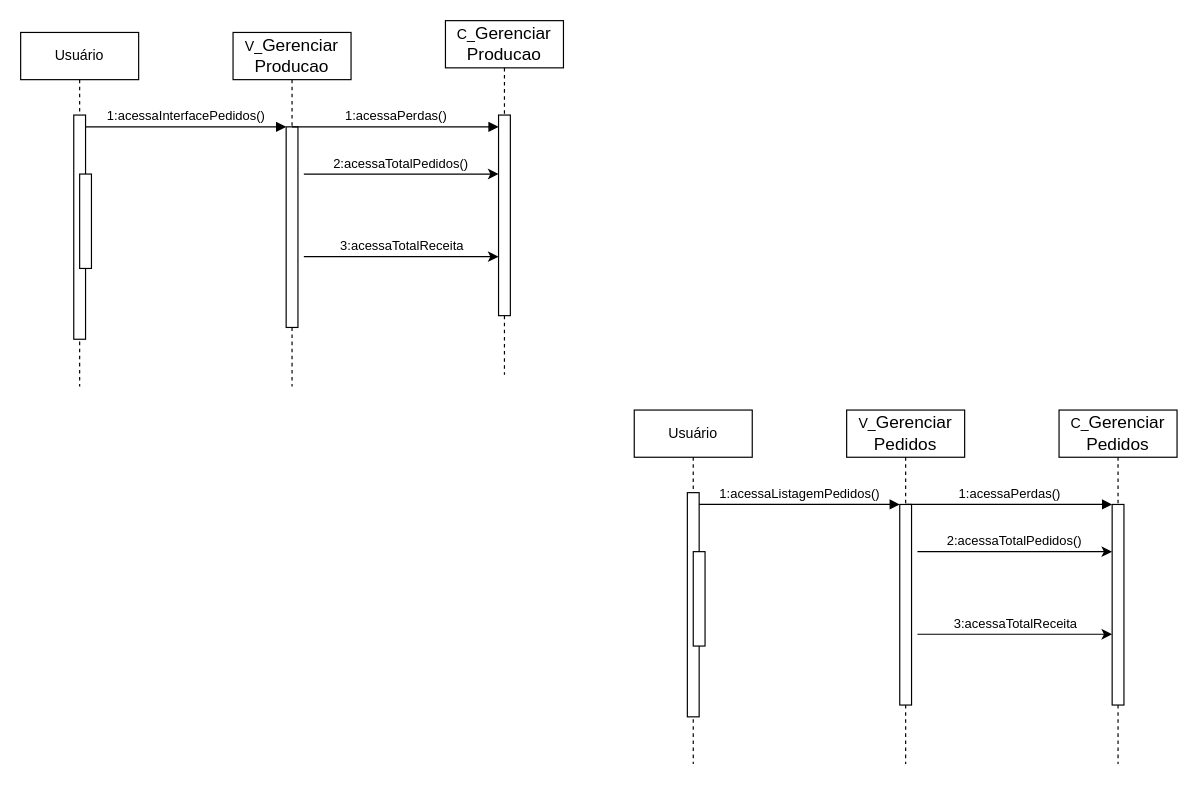
Above: src/Diagrama sem nome.drawio in anthonphax/rocks (draw.io), before the change. Source tidied: cells renumbered, new cells numbered last; positions are measured from the earlier drawing's top-left corner, leaving out a move shared by most shapes. Both pictures are drawn from the tidied source at 118%, with x=0, y=0 at pixel (20, 20).
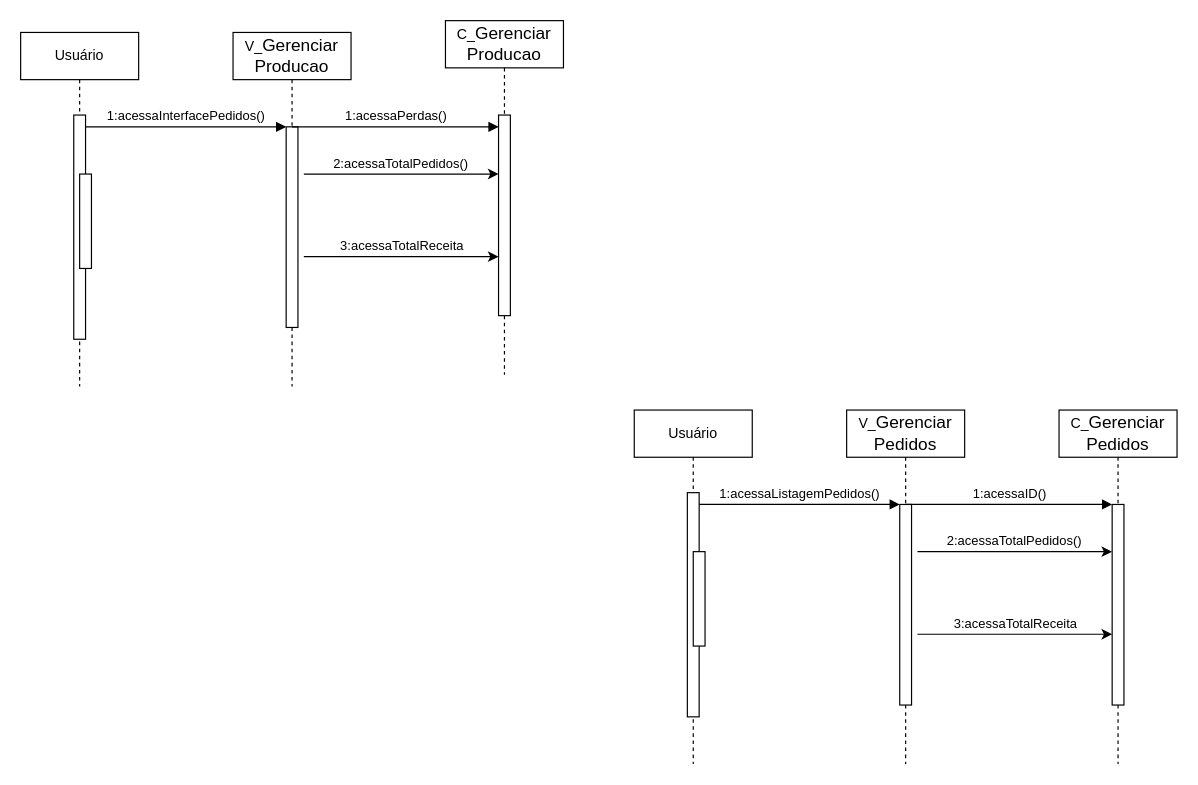
The same diagram, later.

Diff of the diagram source:
```diff
@@
-    <mxCell id="19" value="1:acessaPerdas()" style="html=1;verticalAlign=bottom;endArrow=block;edgeStyle=elbowEdgeStyle;elbow=horizontal;curved=0;rounded=0;" parent="1" edge="1">
+    <mxCell id="19" value="1:acessaID()" style="html=1;verticalAlign=bottom;endArrow=block;edgeStyle=elbowEdgeStyle;elbow=vertical;curved=0;rounded=0;" parent="1" edge="1">
       <mxGeometry relative="1" as="geometry">
         <mxPoint x="750" y="410" as="sourcePoint" />
         <mxPoint x="925" y="410" as="targetPoint" />
         <Array as="points">
           <mxPoint x="835" y="410" />
         </Array>
       </mxGeometry>
     </mxCell>
```
